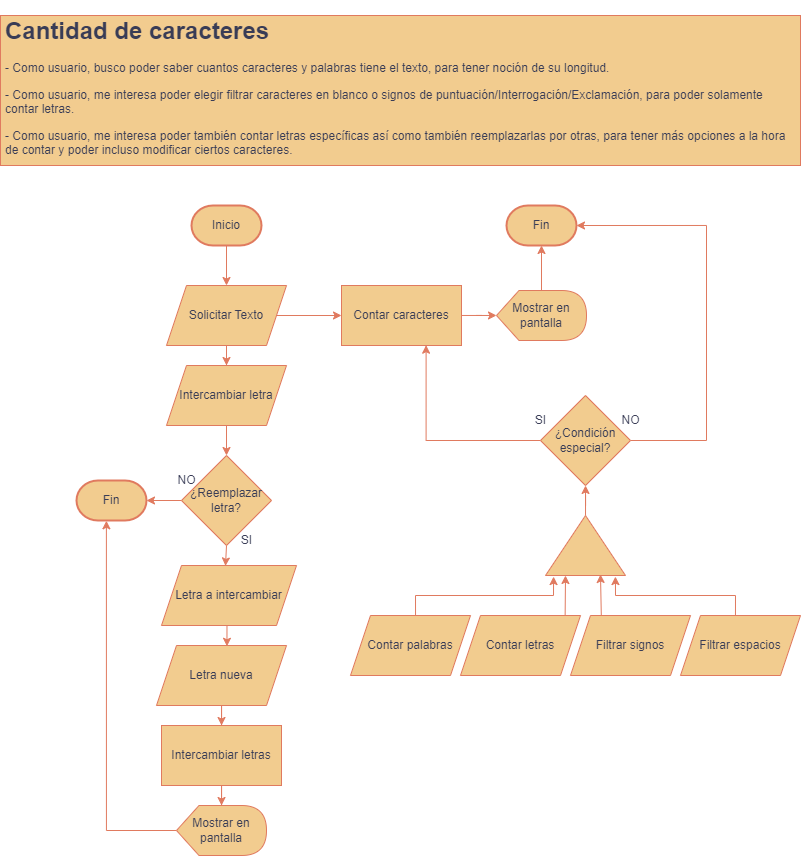
This is webtools/CantidadDeCaracteres.png from Alfacoy/Diagramas, a draw.io export, as it was before one commit. Source tidied: cells renumbered, new cells last; positions are measured from the earlier drawing's top-left corner, leaving out a move shared by most shapes.
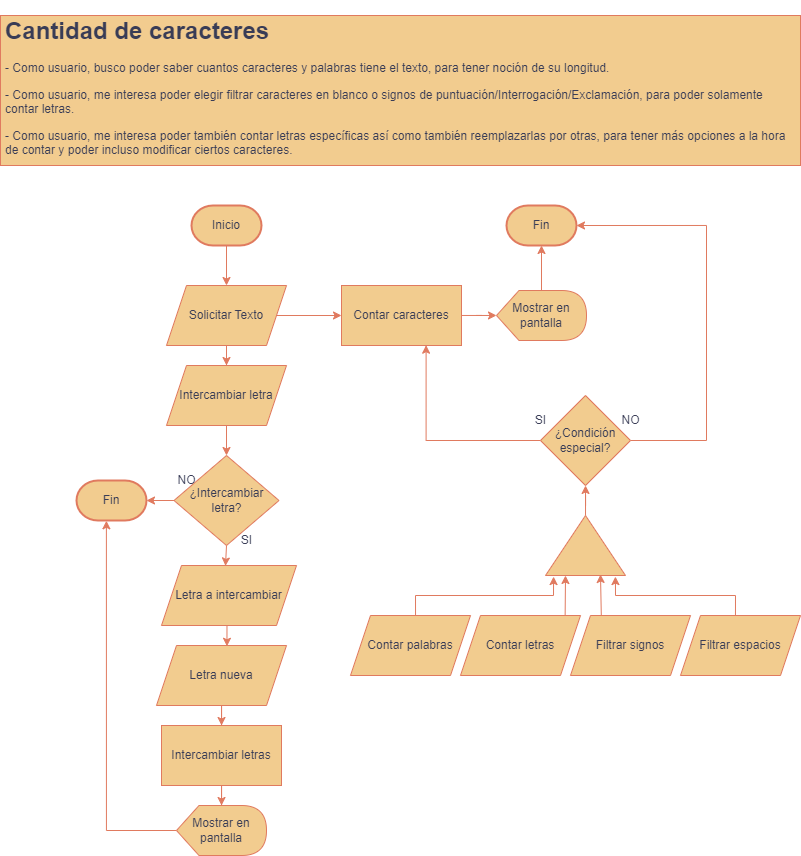
After the commit.

Diff of the diagram source:
```diff
@@ -115,8 +115,8 @@
     <mxCell id="32" style="edgeStyle=orthogonalEdgeStyle;rounded=0;jettySize=auto;html=1;exitX=0.5;exitY=1;exitDx=0;exitDy=0;entryX=0.474;entryY=0.007;entryDx=0;entryDy=0;entryPerimeter=0;strokeColor=#E07A5F;fontColor=#393C56;fillColor=#F2CC8F;" parent="1" edge="1" source="33" target="18">
       <mxGeometry relative="1" as="geometry" />
     </mxCell>
-    <mxCell id="33" value="¿Reemplazar letra?" style="rhombus;whiteSpace=wrap;html=1;strokeColor=#E07A5F;fontColor=#393C56;fillColor=#F2CC8F;" parent="1" vertex="1">
-      <mxGeometry x="181" y="440" width="90" height="90" as="geometry" />
+    <mxCell id="33" value="¿Intercambiar letra?" style="rhombus;whiteSpace=wrap;html=1;strokeColor=#E07A5F;fontColor=#393C56;fillColor=#F2CC8F;" parent="1" vertex="1">
+      <mxGeometry x="173.5" y="440" width="105" height="90" as="geometry" />
     </mxCell>
     <mxCell id="34" value="NO" style="text;html=1;align=center;verticalAlign=middle;strokeColor=none;fillColor=none;fontColor=#393C56;" parent="1" vertex="1">
       <mxGeometry x="166" y="450" width="40" height="30" as="geometry" />
```
